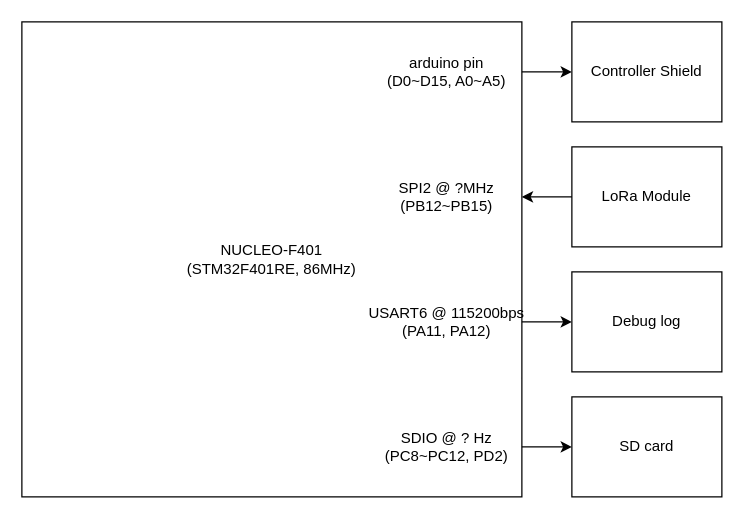
Before: page "Controller" (2 of 2) of diagram/connectionDiagram.drawio in OProcessing/giantHornet, a draw.io diagram. Source tidied: cells renumbered, new cells numbered last; positions are measured from the earlier drawing's top-left corner, leaving out a move shared by most shapes. Both pictures are drawn from the tidied source at 125%, with x=0, y=0 at pixel (21, 21).
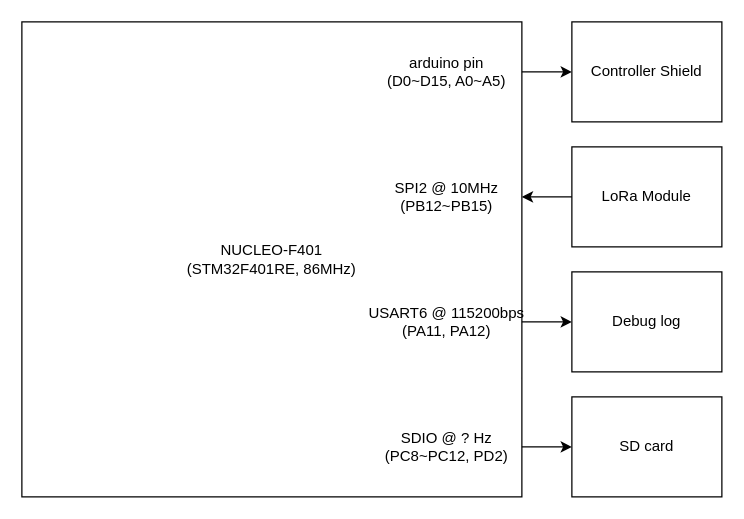
Above is the later version.

Diff of the diagram source:
```diff
@@
-    <mxCell id="9" value="SPI2 @ ?MHz&lt;br&gt;(PB12~PB15)" style="text;html=1;strokeColor=none;fillColor=none;align=center;verticalAlign=middle;whiteSpace=wrap;rounded=0;" parent="1" vertex="1">
+    <mxCell id="9" value="SPI2 @ 10MHz&lt;br&gt;(PB12~PB15)" style="text;html=1;strokeColor=none;fillColor=none;align=center;verticalAlign=middle;whiteSpace=wrap;rounded=0;" parent="1" vertex="1">
       <mxGeometry x="260" y="120" width="160" height="40" as="geometry" />
     </mxCell>
```
